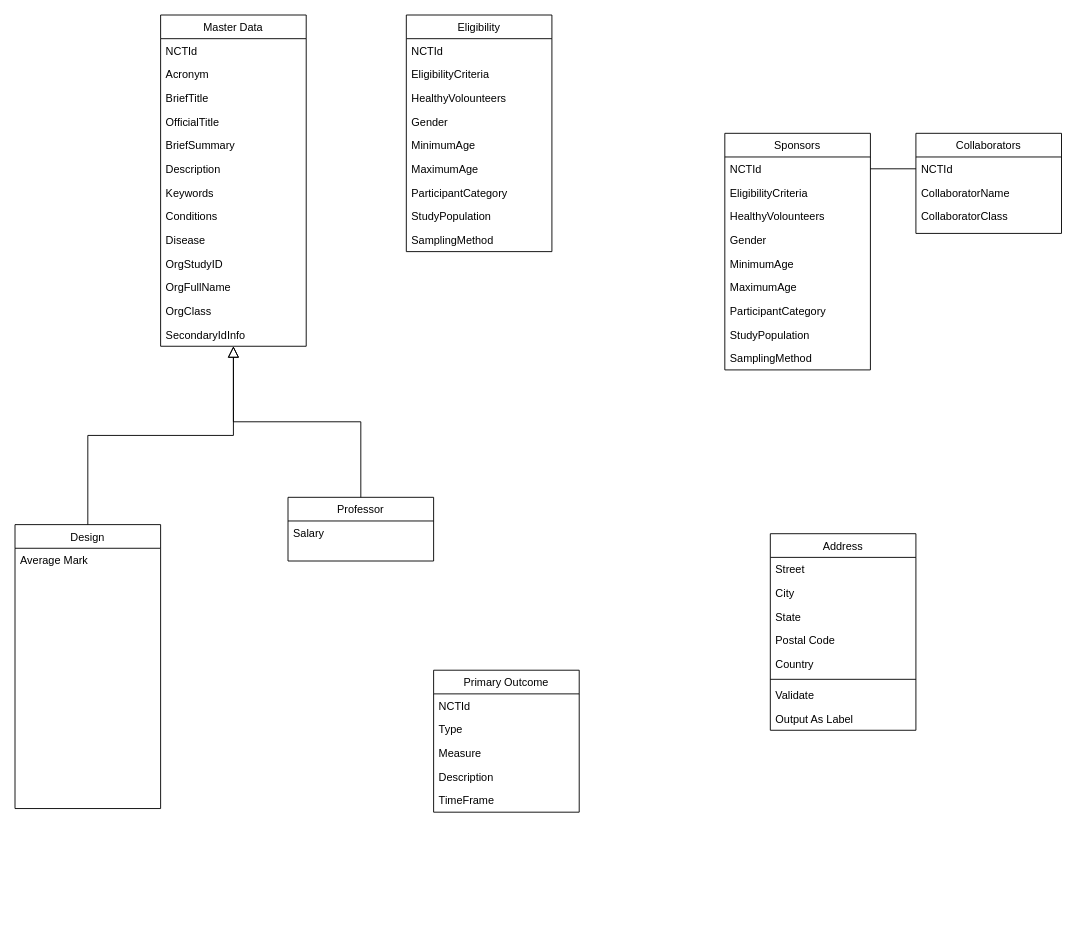
Above: Snowflake_Database.drawio in arnaud-dg/CT_gov_project (draw.io), before the change. Source tidied: cells renumbered, new cells numbered last; positions are measured from the earlier drawing's top-left corner, leaving out a move shared by most shapes. Both pictures are drawn from the tidied source at 91%, with x=0, y=0 at pixel (15, 15).
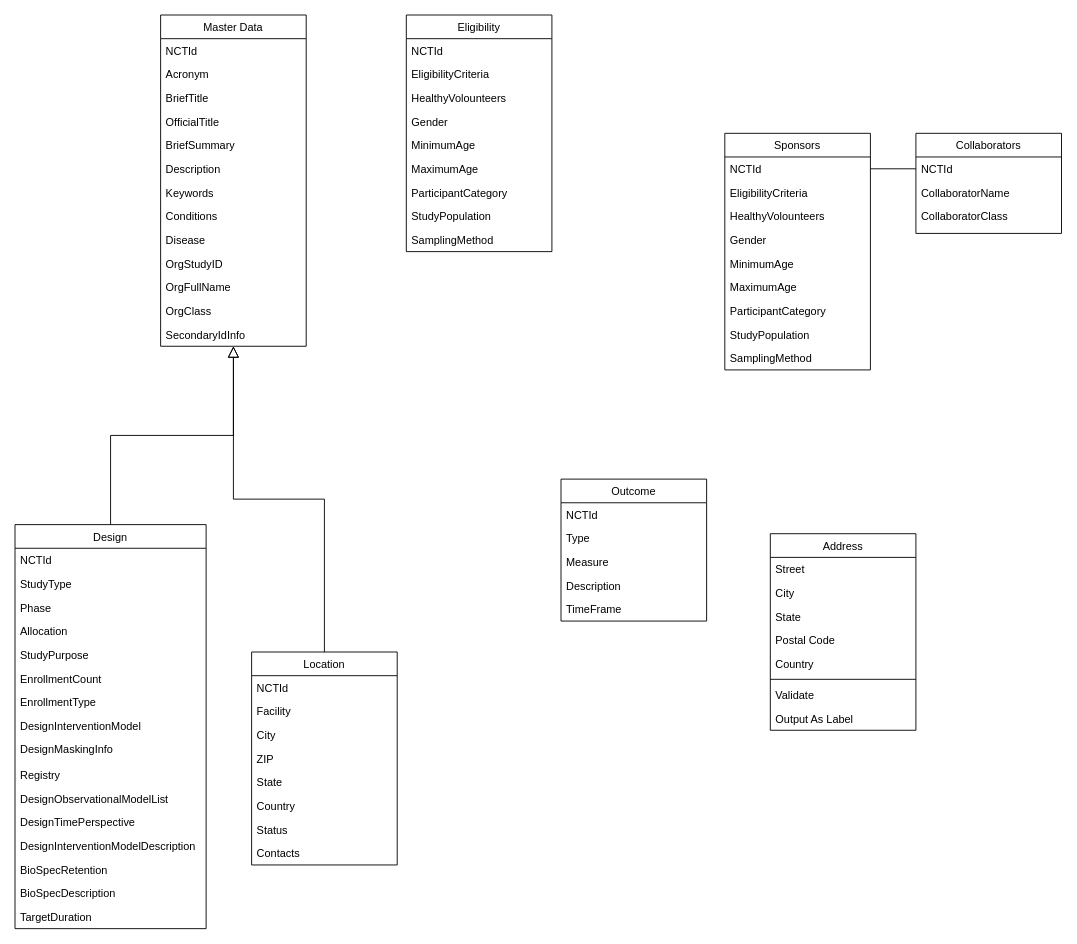
Above is the later version.

Commit message:
Mettre à jour Snowflake_Database.drawio

Diff of the diagram source:
```diff
@@
     <mxCell id="16" value="Design" style="swimlane;fontStyle=0;align=center;verticalAlign=top;horizontal=1;startSize=26;rounded=0;shadow=0;strokeWidth=1;" parent="1" vertex="1">
-      <mxGeometry y="560" width="160" height="312" as="geometry" />
+      <mxGeometry y="560" width="210" height="444" as="geometry" />
     </mxCell>
-    <mxCell id="17" value="Average Mark" style="text;align=left;verticalAlign=top;spacingLeft=4;spacingRight=4;overflow=hidden;rounded=0;shadow=0;html=0;" parent="16" vertex="1">
-      <mxGeometry y="26" width="160" height="26" as="geometry" />
+    <mxCell id="17" value="NCTId" style="text;align=left;verticalAlign=top;spacingLeft=4;spacingRight=4;overflow=hidden;rounded=0;shadow=0;html=0;" parent="16" vertex="1">
+      <mxGeometry y="26" width="210" height="26" as="geometry" />
     </mxCell>
-    <mxCell id="18" style="text;align=left;verticalAlign=top;spacingLeft=4;spacingRight=4;overflow=hidden;rounded=0;shadow=0;html=0;" parent="16" vertex="1">
-      <mxGeometry y="52" width="160" height="26" as="geometry" />
+    <mxCell id="18" value="StudyType" style="text;align=left;verticalAlign=top;spacingLeft=4;spacingRight=4;overflow=hidden;rounded=0;shadow=0;html=0;" parent="16" vertex="1">
+      <mxGeometry y="52" width="210" height="26" as="geometry" />
     </mxCell>
-    <mxCell id="19" style="text;align=left;verticalAlign=top;spacingLeft=4;spacingRight=4;overflow=hidden;rounded=0;shadow=0;html=0;" parent="16" vertex="1">
-      <mxGeometry y="78" width="160" height="26" as="geometry" />
+    <mxCell id="19" value="Phase" style="text;align=left;verticalAlign=top;spacingLeft=4;spacingRight=4;overflow=hidden;rounded=0;shadow=0;html=0;" parent="16" vertex="1">
+      <mxGeometry y="78" width="210" height="26" as="geometry" />
     </mxCell>
-    <mxCell id="20" style="text;align=left;verticalAlign=top;spacingLeft=4;spacingRight=4;overflow=hidden;rounded=0;shadow=0;html=0;" parent="16" vertex="1">
-      <mxGeometry y="104" width="160" height="26" as="geometry" />
+    <mxCell id="20" value="Allocation" style="text;align=left;verticalAlign=top;spacingLeft=4;spacingRight=4;overflow=hidden;rounded=0;shadow=0;html=0;" parent="16" vertex="1">
+      <mxGeometry y="104" width="210" height="26" as="geometry" />
     </mxCell>
-    <mxCell id="21" style="text;align=left;verticalAlign=top;spacingLeft=4;spacingRight=4;overflow=hidden;rounded=0;shadow=0;html=0;" parent="16" vertex="1">
-      <mxGeometry y="130" width="160" height="26" as="geometry" />
-    </mxCell>
-    <mxCell id="22" style="text;align=left;verticalAlign=top;spacingLeft=4;spacingRight=4;overflow=hidden;rounded=0;shadow=0;html=0;" parent="16" vertex="1">
-      <mxGeometry y="156" width="160" height="26" as="geometry" />
+    <mxCell id="22" value="StudyPurpose" style="text;align=left;verticalAlign=top;spacingLeft=4;spacingRight=4;overflow=hidden;rounded=0;shadow=0;html=0;" parent="16" vertex="1">
+      <mxGeometry y="130" width="210" height="26" as="geometry" />
     </mxCell>
-    <mxCell id="23" style="text;align=left;verticalAlign=top;spacingLeft=4;spacingRight=4;overflow=hidden;rounded=0;shadow=0;html=0;" parent="16" vertex="1">
-      <mxGeometry y="182" width="160" height="26" as="geometry" />
-    </mxCell>
-    <mxCell id="24" style="text;align=left;verticalAlign=top;spacingLeft=4;spacingRight=4;overflow=hidden;rounded=0;shadow=0;html=0;" parent="16" vertex="1">
-      <mxGeometry y="208" width="160" height="26" as="geometry" />
+    <mxCell id="24" value="EnrollmentCount" style="text;align=left;verticalAlign=top;spacingLeft=4;spacingRight=4;overflow=hidden;rounded=0;shadow=0;html=0;" parent="16" vertex="1">
+      <mxGeometry y="156" width="210" height="26" as="geometry" />
     </mxCell>
-    <mxCell id="25" style="text;align=left;verticalAlign=top;spacingLeft=4;spacingRight=4;overflow=hidden;rounded=0;shadow=0;html=0;" parent="16" vertex="1">
-      <mxGeometry y="234" width="160" height="26" as="geometry" />
+    <mxCell id="25" value="EnrollmentType" style="text;align=left;verticalAlign=top;spacingLeft=4;spacingRight=4;overflow=hidden;rounded=0;shadow=0;html=0;" parent="16" vertex="1">
+      <mxGeometry y="182" width="210" height="26" as="geometry" />
     </mxCell>
+    <mxCell id="21" value="DesignInterventionModel" style="text;align=left;verticalAlign=top;spacingLeft=4;spacingRight=4;overflow=hidden;rounded=0;shadow=0;html=0;" parent="16" vertex="1">
+      <mxGeometry y="208" width="210" height="26" as="geometry" />
+    </mxCell>
+    <mxCell id="23" value="DesignMaskingInfo" style="text;align=left;verticalAlign=top;spacingLeft=4;spacingRight=4;overflow=hidden;rounded=0;shadow=0;html=0;" parent="16" vertex="1">
+      <mxGeometry y="234" width="210" height="28" as="geometry" />
+    </mxCell>
-    <mxCell id="26" style="text;align=left;verticalAlign=top;spacingLeft=4;spacingRight=4;overflow=hidden;rounded=0;shadow=0;html=0;" parent="16" vertex="1">
-      <mxGeometry y="260" width="160" height="26" as="geometry" />
+    <mxCell id="26" value="Registry" style="text;align=left;verticalAlign=top;spacingLeft=4;spacingRight=4;overflow=hidden;rounded=0;shadow=0;html=0;" parent="16" vertex="1">
+      <mxGeometry y="262" width="210" height="26" as="geometry" />
     </mxCell>
-    <mxCell id="27" style="text;align=left;verticalAlign=top;spacingLeft=4;spacingRight=4;overflow=hidden;rounded=0;shadow=0;html=0;" parent="16" vertex="1">
-      <mxGeometry y="286" width="160" height="26" as="geometry" />
+    <mxCell id="27" value="DesignObservationalModelList" style="text;align=left;verticalAlign=top;spacingLeft=4;spacingRight=4;overflow=hidden;rounded=0;shadow=0;html=0;" parent="16" vertex="1">
+      <mxGeometry y="288" width="210" height="26" as="geometry" />
     </mxCell>
+    <mxCell id="72" value="DesignTimePerspective" style="text;align=left;verticalAlign=top;spacingLeft=4;spacingRight=4;overflow=hidden;rounded=0;shadow=0;html=0;" parent="16" vertex="1">
+      <mxGeometry y="314" width="210" height="26" as="geometry" />
+    </mxCell>
+    <mxCell id="73" value="DesignInterventionModelDescription" style="text;align=left;verticalAlign=top;spacingLeft=4;spacingRight=4;overflow=hidden;rounded=0;shadow=0;html=0;" parent="16" vertex="1">
+      <mxGeometry y="340" width="210" height="26" as="geometry" />
+    </mxCell>
+    <mxCell id="74" value="BioSpecRetention" style="text;align=left;verticalAlign=top;spacingLeft=4;spacingRight=4;overflow=hidden;rounded=0;shadow=0;html=0;" parent="16" vertex="1">
+      <mxGeometry y="366" width="210" height="26" as="geometry" />
+    </mxCell>
+    <mxCell id="75" value="BioSpecDescription" style="text;align=left;verticalAlign=top;spacingLeft=4;spacingRight=4;overflow=hidden;rounded=0;shadow=0;html=0;" parent="16" vertex="1">
+      <mxGeometry y="392" width="210" height="26" as="geometry" />
+    </mxCell>
+    <mxCell id="76" value="TargetDuration" style="text;align=left;verticalAlign=top;spacingLeft=4;spacingRight=4;overflow=hidden;rounded=0;shadow=0;html=0;" parent="16" vertex="1">
+      <mxGeometry y="418" width="210" height="26" as="geometry" />
+    </mxCell>
@@
-    <mxCell id="29" value="Professor" style="swimlane;fontStyle=0;align=center;verticalAlign=top;horizontal=1;startSize=26;rounded=0;shadow=0;strokeWidth=1;" parent="1" vertex="1">
-      <mxGeometry x="300" y="530" width="160" height="70" as="geometry" />
+    <mxCell id="29" value="Location" style="swimlane;fontStyle=0;align=center;verticalAlign=top;horizontal=1;startSize=26;rounded=0;shadow=0;strokeWidth=1;" parent="1" vertex="1">
+      <mxGeometry x="260" y="700" width="160" height="234" as="geometry" />
     </mxCell>
-    <mxCell id="30" value="Salary" style="text;align=left;verticalAlign=top;spacingLeft=4;spacingRight=4;overflow=hidden;" parent="29" vertex="1">
+    <mxCell id="30" value="NCTId" style="text;align=left;verticalAlign=top;spacingLeft=4;spacingRight=4;overflow=hidden;" parent="29" vertex="1">
       <mxGeometry y="26" width="160" height="26" as="geometry" />
     </mxCell>
+    <mxCell id="77" value="Facility" style="text;align=left;verticalAlign=top;spacingLeft=4;spacingRight=4;overflow=hidden;" parent="29" vertex="1">
+      <mxGeometry y="52" width="160" height="26" as="geometry" />
+    </mxCell>
+    <mxCell id="78" value="City" style="text;align=left;verticalAlign=top;spacingLeft=4;spacingRight=4;overflow=hidden;" parent="29" vertex="1">
+      <mxGeometry y="78" width="160" height="26" as="geometry" />
+    </mxCell>
+    <mxCell id="79" value="ZIP" style="text;align=left;verticalAlign=top;spacingLeft=4;spacingRight=4;overflow=hidden;" parent="29" vertex="1">
+      <mxGeometry y="104" width="160" height="26" as="geometry" />
+    </mxCell>
+    <mxCell id="80" value="State" style="text;align=left;verticalAlign=top;spacingLeft=4;spacingRight=4;overflow=hidden;" parent="29" vertex="1">
+      <mxGeometry y="130" width="160" height="26" as="geometry" />
+    </mxCell>
+    <mxCell id="81" value="Country" style="text;align=left;verticalAlign=top;spacingLeft=4;spacingRight=4;overflow=hidden;" parent="29" vertex="1">
+      <mxGeometry y="156" width="160" height="26" as="geometry" />
+    </mxCell>
+    <mxCell id="82" value="Status" style="text;align=left;verticalAlign=top;spacingLeft=4;spacingRight=4;overflow=hidden;" parent="29" vertex="1">
+      <mxGeometry y="182" width="160" height="26" as="geometry" />
+    </mxCell>
+    <mxCell id="83" value="Contacts" style="text;align=left;verticalAlign=top;spacingLeft=4;spacingRight=4;overflow=hidden;" parent="29" vertex="1">
+      <mxGeometry y="208" width="160" height="26" as="geometry" />
+    </mxCell>
@@
-    <mxCell id="41" value="Primary Outcome" style="swimlane;fontStyle=0;align=center;verticalAlign=top;horizontal=1;startSize=26;rounded=0;shadow=0;strokeWidth=1;" parent="1" vertex="1">
-      <mxGeometry x="460" y="720" width="160" height="156" as="geometry" />
+    <mxCell id="41" value="Outcome" style="swimlane;fontStyle=0;align=center;verticalAlign=top;horizontal=1;startSize=26;rounded=0;shadow=0;strokeWidth=1;" parent="1" vertex="1">
+      <mxGeometry x="600" y="510" width="160" height="156" as="geometry" />
     </mxCell>
```
